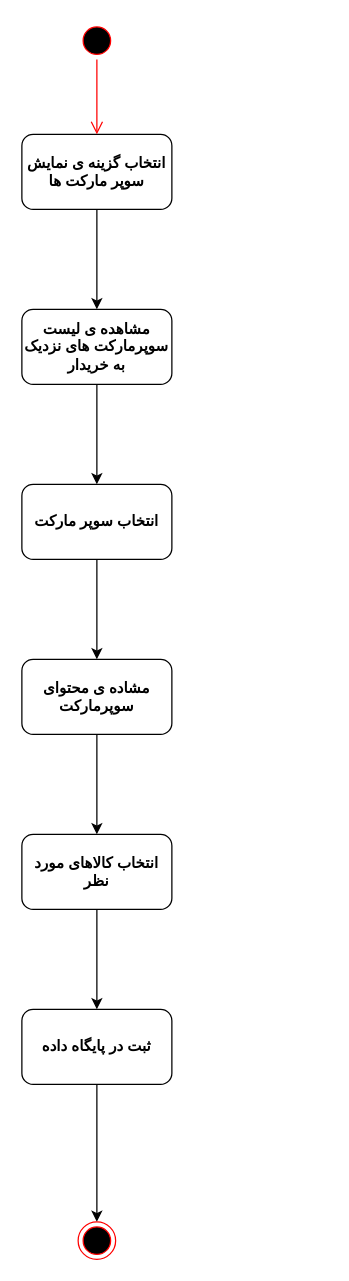
Above: Supermarket Lists Diagram.drawio in marketplus95/marketplus95 (draw.io), before the change. Source tidied: cells renumbered, new cells numbered last; positions are measured from the earlier drawing's top-left corner, leaving out a move shared by most shapes. Both pictures are drawn from the tidied source at 125%, with x=0, y=0 at pixel (21, 21).
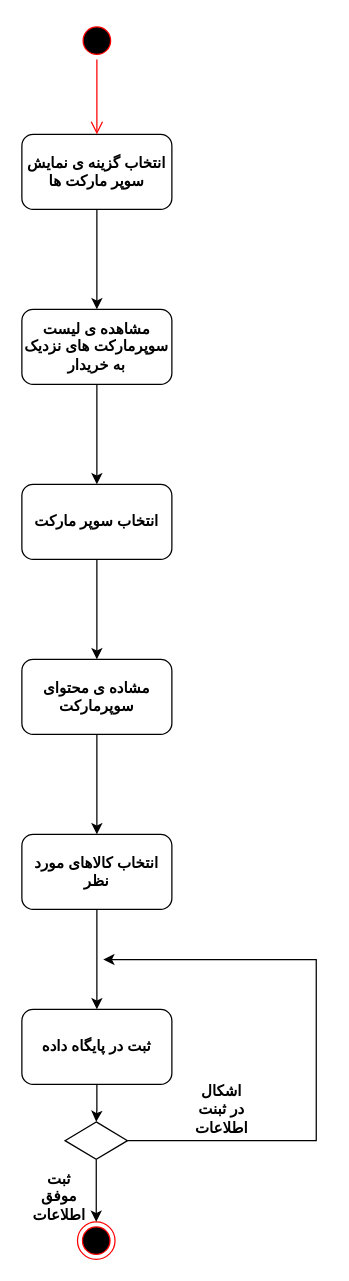
After the change.

The change refers to these unchanged cells:
```xml
<mxCell id="13" value="&lt;b&gt;ثبت در پایگاه داده&lt;/b&gt;" style="rounded=1;whiteSpace=wrap;html=1;" parent="1" vertex="1">
  <mxGeometry y="790" width="120" height="60" as="geometry" />
</mxCell>
```

What changed in the source:
```diff
@@
-    <mxCell id="12" style="edgeStyle=orthogonalEdgeStyle;rounded=0;jettySize=auto;html=1;entryX=0.5;entryY=0;entryDx=0;entryDy=0;" parent="1" edge="1" source="13" target="16">
-      <mxGeometry relative="1" as="geometry" />
-    </mxCell>
+    <mxCell id="17" style="edgeStyle=orthogonalEdgeStyle;rounded=0;jettySize=auto;html=1;entryX=0.5;entryY=0;entryDx=0;entryDy=0;" parent="1" edge="1" source="13" target="21">
+      <mxGeometry relative="1" as="geometry" />
+    </mxCell>
@@
-    <mxCell id="16" style="ellipse;html=1;shape=endState;fillColor=#000000;strokeColor=#ff0000;" parent="1" vertex="1">
-      <mxGeometry x="45" y="960" width="30" height="30" as="geometry" />
-    </mxCell>
+    <mxCell id="18" style="ellipse;html=1;shape=endState;fillColor=#000000;strokeColor=#ff0000;" parent="1" vertex="1">
+      <mxGeometry x="44.5" y="960" width="30" height="30" as="geometry" />
+    </mxCell>
+    <mxCell id="19" style="edgeStyle=orthogonalEdgeStyle;rounded=0;jettySize=auto;html=1;" parent="1" edge="1" source="21">
+      <mxGeometry relative="1" as="geometry">
+        <mxPoint x="59.5" y="960" as="targetPoint" />
+      </mxGeometry>
+    </mxCell>
+    <mxCell id="20" style="edgeStyle=orthogonalEdgeStyle;rounded=0;jettySize=auto;html=1;" parent="1" edge="1" source="21">
+      <mxGeometry relative="1" as="geometry">
+        <mxPoint x="65.1" y="750.1" as="targetPoint" />
+        <Array as="points">
+          <mxPoint x="235.5" y="895" />
+          <mxPoint x="235.5" y="750" />
+        </Array>
+      </mxGeometry>
+    </mxCell>
+    <mxCell id="21" style="rhombus;whiteSpace=wrap;html=1;" parent="1" vertex="1">
+      <mxGeometry x="34.5" y="880" width="50" height="30" as="geometry" />
+    </mxCell>
+    <mxCell id="22" value="&lt;b&gt;ثبت موفق اطلاعات&lt;/b&gt;" style="text;html=1;strokeColor=none;fillColor=none;align=center;verticalAlign=middle;whiteSpace=wrap;rounded=0;" parent="1" vertex="1">
+      <mxGeometry x="10" y="930" width="40" height="20" as="geometry" />
+    </mxCell>
+    <mxCell id="23" value="&lt;b&gt;اشکال در ثبنت اطلاعات&lt;/b&gt;" style="text;html=1;strokeColor=none;fillColor=none;align=center;verticalAlign=middle;whiteSpace=wrap;rounded=0;" parent="1" vertex="1">
+      <mxGeometry x="140" y="860" width="40" height="20" as="geometry" />
+    </mxCell>
```
